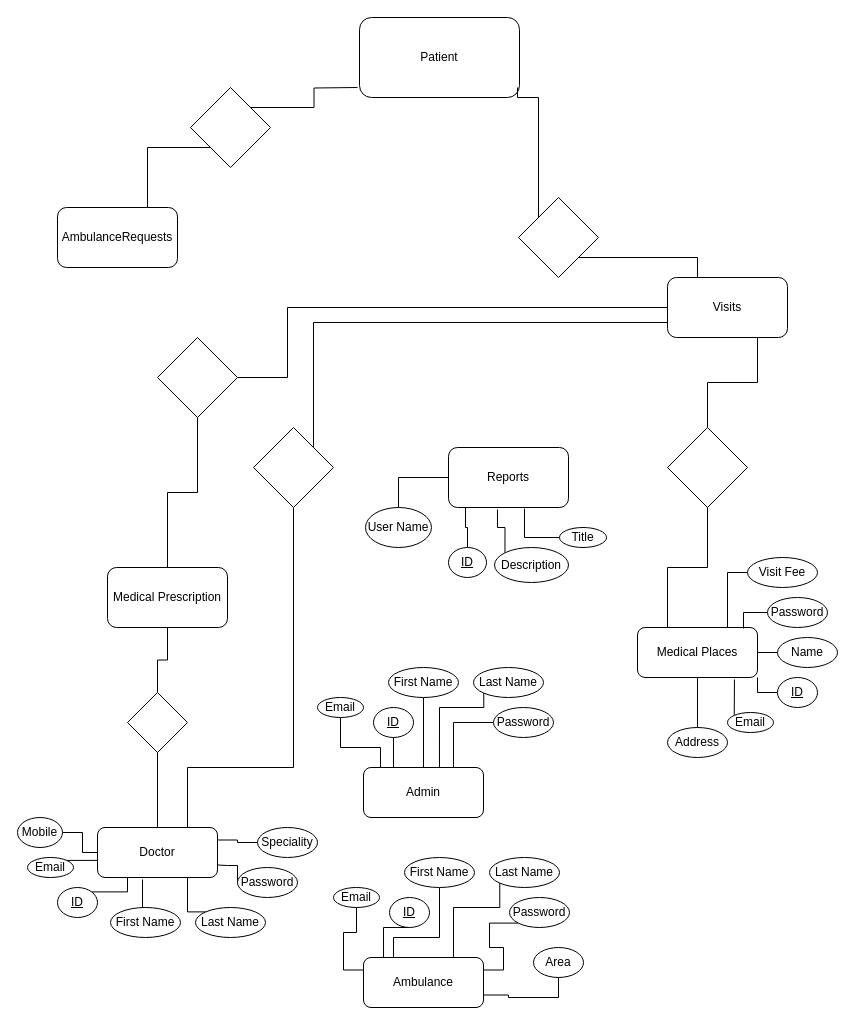
This is ERD.drawio from abdelrahmanbonna/Healthy_Shield_Analysis, a draw.io file, before an edit. Source tidied: cells renumbered, new cells numbered last; positions are measured from the earlier drawing's top-left corner, leaving out a move shared by most shapes. Both pictures are drawn from the tidied source at 100%, with x=0, y=0 at pixel (17, 17).
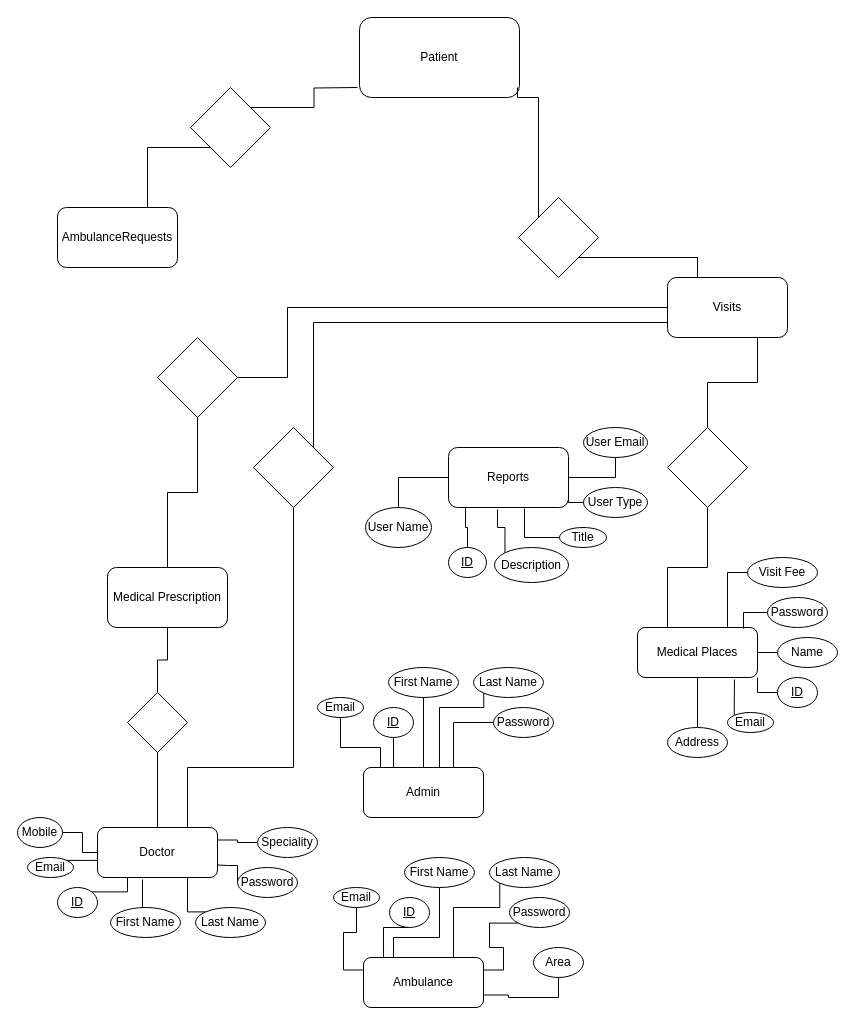
The same page after the edit.

The change refers to these unchanged cells:
```xml
<mxCell id="46" value="Reports" style="rounded=1;whiteSpace=wrap;html=1;" parent="1" vertex="1">
  <mxGeometry x="431" y="430" width="120" height="60" as="geometry" />
</mxCell>
```

Diff of the diagram source:
```diff
@@
+    <mxCell id="85" style="edgeStyle=orthogonalEdgeStyle;rounded=0;jettySize=auto;html=1;exitX=0;exitY=0.5;exitDx=0;exitDy=0;entryX=1;entryY=0.75;entryDx=0;entryDy=0;endArrow=none;endFill=0;" parent="1" edge="1" source="86" target="46">
+      <mxGeometry relative="1" as="geometry" />
+    </mxCell>
+    <mxCell id="86" value="User Type" style="ellipse;whiteSpace=wrap;html=1;" parent="1" vertex="1">
+      <mxGeometry x="566" y="470" width="64" height="30" as="geometry" />
+    </mxCell>
+    <mxCell id="87" style="edgeStyle=orthogonalEdgeStyle;rounded=0;jettySize=auto;html=1;exitX=0.5;exitY=1;exitDx=0;exitDy=0;entryX=1;entryY=0.5;entryDx=0;entryDy=0;endArrow=none;endFill=0;" parent="1" edge="1" source="88" target="46">
+      <mxGeometry relative="1" as="geometry" />
+    </mxCell>
+    <mxCell id="88" value="User Email" style="ellipse;whiteSpace=wrap;html=1;" parent="1" vertex="1">
+      <mxGeometry x="566" y="410" width="64" height="30" as="geometry" />
+    </mxCell>
```
